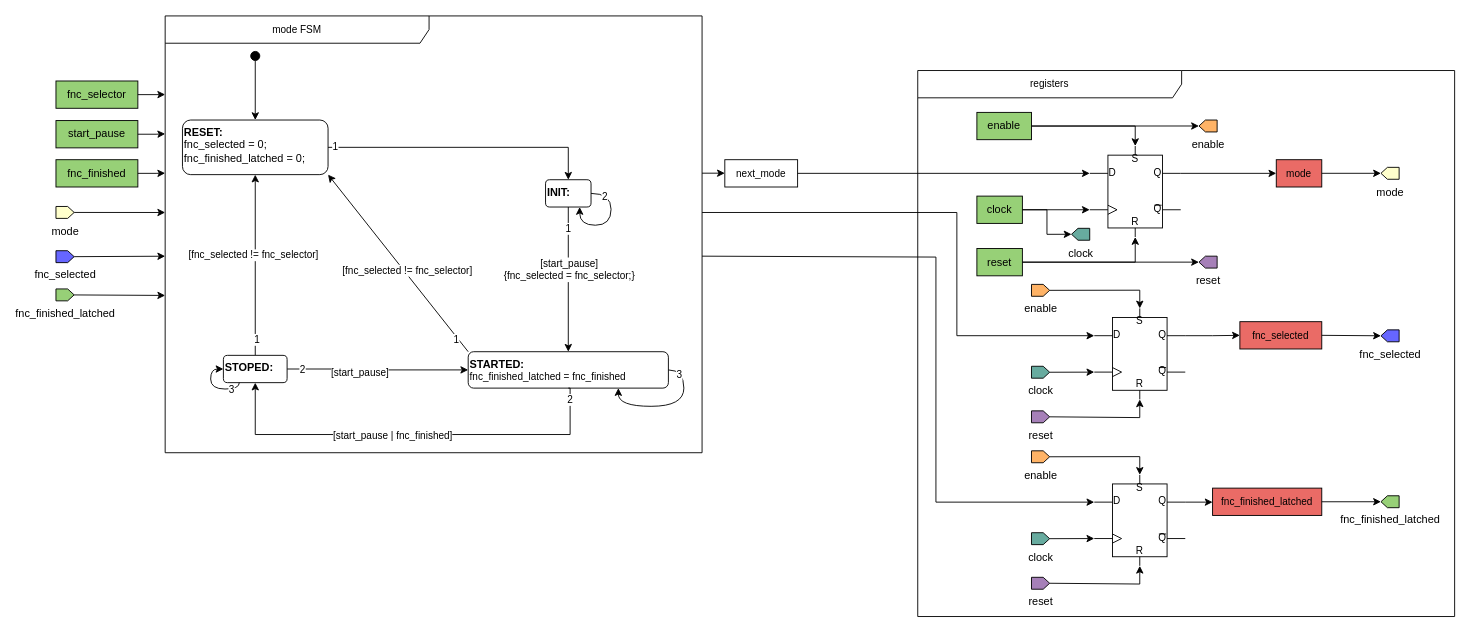
carloszlopez/DigitalDesignClass keeps this draw.io diagram as page "system_control" (3 of 9) of practica02_cronometro/practica02_design.drawio. Above is the earlier version. Source tidied: cells renumbered, new cells numbered last; positions are measured from the earlier drawing's top-left corner, leaving out a move shared by most shapes. Both pictures are drawn from the tidied source at 91%, with x=0, y=0 at pixel (56, 15).
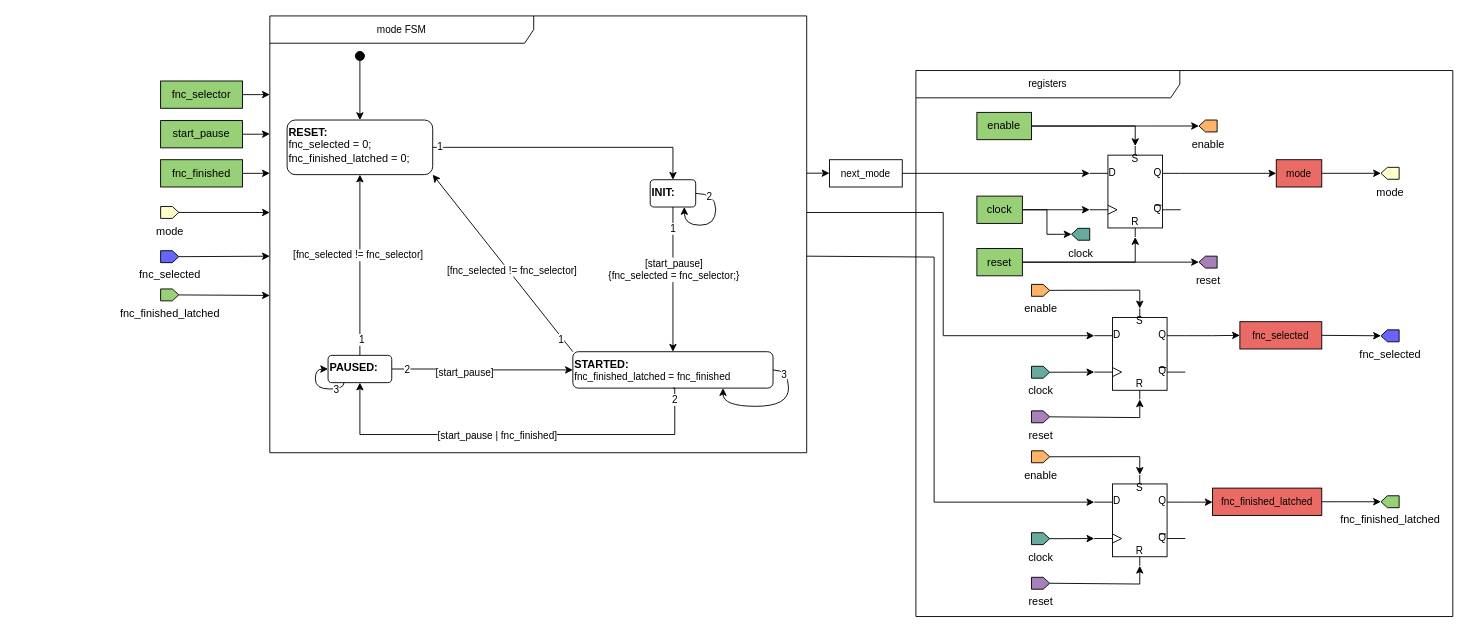
After the change.

The change refers to these unchanged cells:
```xml
<mxCell id="53" style="verticalLabelPosition=bottom;shadow=0;dashed=0;align=center;html=1;verticalAlign=top;shape=mxgraph.electrical.logic_gates.d_type_rs_flip-flop;fontFamily=Helvetica;fontSize=11;fontColor=default;labelBackgroundColor=default;" parent="1" vertex="1">
  <mxGeometry x="1141" y="321.4" width="100" height="100" as="geometry" />
</mxCell>
<mxCell id="71" style="verticalLabelPosition=bottom;shadow=0;dashed=0;align=center;html=1;verticalAlign=top;shape=mxgraph.electrical.logic_gates.d_type_rs_flip-flop;fontFamily=Helvetica;fontSize=11;fontColor=default;labelBackgroundColor=default;" parent="1" vertex="1">
  <mxGeometry x="1141" y="504.3" width="100" height="100" as="geometry" />
</mxCell>
```

What changed in the source:
```diff
@@
     <mxCell id="2" value="&lt;b&gt;RESET:&lt;/b&gt;&lt;div&gt;&lt;div&gt;fnc_selected = 0;&lt;/div&gt;&lt;div&gt;fnc_finished_latched = 0;&lt;/div&gt;&lt;/div&gt;" style="rounded=1;whiteSpace=wrap;html=1;align=left;verticalAlign=top;" parent="1" vertex="1">
-      <mxGeometry x="139" y="114.4" width="160" height="60" as="geometry" />
+      <mxGeometry x="254" y="114.4" width="160" height="60" as="geometry" />
     </mxCell>
     <mxCell id="3" value="&lt;div&gt;&lt;b&gt;INIT:&lt;/b&gt;&lt;/div&gt;" style="rounded=1;whiteSpace=wrap;html=1;verticalAlign=top;align=left;" parent="1" vertex="1">
-      <mxGeometry x="538" y="180" width="50" height="30" as="geometry" />
+      <mxGeometry x="653" y="180" width="50" height="30" as="geometry" />
     </mxCell>
@@
     <mxCell id="9" value="&lt;b&gt;STARTED:&lt;br&gt;&lt;/b&gt;&lt;span style=&quot;font-size: 11px; text-align: center; text-wrap-mode: nowrap; background-color: rgb(255, 255, 255);&quot;&gt;fnc_finished_latched = fnc_finished&lt;/span&gt;&lt;b&gt;&lt;/b&gt;" style="rounded=1;whiteSpace=wrap;html=1;verticalAlign=top;align=left;" parent="1" vertex="1">
-      <mxGeometry x="453" y="369" width="220" height="40" as="geometry" />
+      <mxGeometry x="568" y="369" width="220" height="40" as="geometry" />
     </mxCell>
@@
-    <mxCell id="16" value="&lt;b&gt;STOPED:&lt;/b&gt;" style="rounded=1;whiteSpace=wrap;html=1;verticalAlign=top;align=left;" parent="1" vertex="1">
-      <mxGeometry x="184" y="373" width="70" height="30" as="geometry" />
+    <mxCell id="16" value="&lt;b&gt;PAUSED:&lt;/b&gt;" style="rounded=1;whiteSpace=wrap;html=1;verticalAlign=top;align=left;" parent="1" vertex="1">
+      <mxGeometry x="299" y="373" width="70" height="30" as="geometry" />
     </mxCell>
@@
     <mxCell id="18" value="mode FSM" style="shape=umlFrame;whiteSpace=wrap;html=1;fontFamily=Helvetica;fontSize=11;fontColor=default;labelBackgroundColor=default;width=290;height=30;points=[[0,0.09,0,0,0],[0,0.18,0,0,0],[0,0.27,0,0,0],[0,0.36,0,0,0],[0,0.45,0,0,0],[0,0.55,0,0,0],[0,0.64,0,0,0],[0,0.73,0,0,0],[0,0.82,0,0,0],[0,0.91,0,0,0],[1,0.09,0,0,0],[1,0.18,0,0,0],[1,0.27,0,0,0],[1,0.36,0,0,0],[1,0.45,0,0,0],[1,0.55,0,0,0],[1,0.64,0,0,0],[1,0.73,0,0,0],[1,0.82,0,0,0],[1,0.91,0,0,0]];" parent="1" vertex="1">
-      <mxGeometry x="120" width="590" height="480" as="geometry" />
+      <mxGeometry x="235" width="590" height="480" as="geometry" />
     </mxCell>
@@
     <mxCell id="22" style="edgeStyle=orthogonalEdgeStyle;rounded=0;jettySize=auto;html=1;exitX=0.5;exitY=1;exitDx=0;exitDy=0;entryX=0.5;entryY=1;entryDx=0;entryDy=0;" parent="1" edge="1" source="9" target="16">
       <mxGeometry relative="1" as="geometry">
         <Array as="points">
-          <mxPoint x="565" y="460" />
-          <mxPoint x="219" y="460" />
+          <mxPoint x="680" y="460" />
+          <mxPoint x="334" y="460" />
         </Array>
       </mxGeometry>
     </mxCell>
@@
     <mxCell id="26" style="ellipse;whiteSpace=wrap;html=1;fillColor=#000000;" parent="1" vertex="1">
-      <mxGeometry x="214" y="39" width="10" height="10" as="geometry" />
+      <mxGeometry x="329" y="39" width="10" height="10" as="geometry" />
     </mxCell>
     <mxCell id="27" value="fnc_selector" style="rounded=0;whiteSpace=wrap;html=1;fillColor=#97D077;" parent="1" vertex="1">
-      <mxGeometry y="71.5" width="90" height="30" as="geometry" />
+      <mxGeometry x="115" y="71.5" width="90" height="30" as="geometry" />
     </mxCell>
     <mxCell id="28" value="start_pause" style="rounded=0;whiteSpace=wrap;html=1;fillColor=#97D077;" parent="1" vertex="1">
-      <mxGeometry y="115" width="90" height="30" as="geometry" />
+      <mxGeometry x="115" y="115" width="90" height="30" as="geometry" />
     </mxCell>
@@
     <mxCell id="31" value="fnc_finished" style="rounded=0;whiteSpace=wrap;html=1;fillColor=#97D077;" parent="1" vertex="1">
-      <mxGeometry y="158" width="90" height="30" as="geometry" />
+      <mxGeometry x="115" y="158" width="90" height="30" as="geometry" />
     </mxCell>
@@
     <mxCell id="33" value="next_mode" style="rounded=0;whiteSpace=wrap;html=1;fontFamily=Helvetica;fontSize=11;fontColor=default;labelBackgroundColor=default;" parent="1" vertex="1">
-      <mxGeometry x="735" y="158" width="80" height="30" as="geometry" />
+      <mxGeometry x="850" y="158" width="80" height="30" as="geometry" />
     </mxCell>
@@
     <mxCell id="35" value="registers" style="shape=umlFrame;whiteSpace=wrap;html=1;fontFamily=Helvetica;fontSize=11;fontColor=default;labelBackgroundColor=default;width=290;height=30;" parent="1" vertex="1">
-      <mxGeometry x="947" y="60" width="590" height="600" as="geometry" />
+      <mxGeometry x="945" y="60" width="590" height="600" as="geometry" />
     </mxCell>
@@
     <mxCell id="55" style="edgeStyle=orthogonalEdgeStyle;shape=connector;rounded=0;jumpStyle=arc;jettySize=auto;html=1;exitX=1;exitY=0.45;exitDx=0;exitDy=0;entryX=0;entryY=0.3;entryDx=0;entryDy=0;entryPerimeter=0;strokeColor=default;align=center;verticalAlign=middle;fontFamily=Helvetica;fontSize=11;fontColor=default;labelBackgroundColor=default;endArrow=classic;exitPerimeter=0;" parent="1" edge="1" source="18" target="53">
       <mxGeometry relative="1" as="geometry">
         <Array as="points">
-          <mxPoint x="990" y="216" />
-          <mxPoint x="990" y="351" />
+          <mxPoint x="975" y="216" />
+          <mxPoint x="975" y="351" />
         </Array>
       </mxGeometry>
     </mxCell>
@@
     <mxCell id="76" style="edgeStyle=orthogonalEdgeStyle;shape=connector;rounded=0;jumpStyle=arc;jettySize=auto;html=1;entryX=0;entryY=0.3;entryDx=0;entryDy=0;entryPerimeter=0;strokeColor=default;align=center;verticalAlign=middle;fontFamily=Helvetica;fontSize=11;fontColor=default;labelBackgroundColor=default;endArrow=classic;exitX=1;exitY=0.55;exitDx=0;exitDy=0;exitPerimeter=0;" parent="1" edge="1" source="18" target="71">
       <mxGeometry relative="1" as="geometry">
         <Array as="points">
-          <mxPoint x="710" y="265" />
-          <mxPoint x="967" y="265" />
-          <mxPoint x="967" y="534" />
+          <mxPoint x="825" y="265" />
+          <mxPoint x="965" y="265" />
+          <mxPoint x="965" y="534" />
         </Array>
       </mxGeometry>
     </mxCell>
     <mxCell id="77" value="&lt;span style=&quot;font-size: 12px; text-wrap-mode: wrap;&quot;&gt;mode&lt;/span&gt;" style="verticalLabelPosition=bottom;shadow=0;dashed=0;align=center;html=1;verticalAlign=top;shape=mxgraph.electrical.abstract.dac;fontFamily=Helvetica;fontSize=11;fontColor=default;labelBackgroundColor=default;flipH=0;fillColor=#FFFFCC;flipV=0;" parent="1" vertex="1">
-      <mxGeometry y="209.4" width="20" height="13.1" as="geometry" />
+      <mxGeometry x="115" y="209.4" width="20" height="13.1" as="geometry" />
     </mxCell>
     <mxCell id="78" value="&lt;span style=&quot;font-size: 12px; text-wrap-mode: wrap;&quot;&gt;fnc_selected&lt;/span&gt;" style="verticalLabelPosition=bottom;shadow=0;dashed=0;align=center;html=1;verticalAlign=top;shape=mxgraph.electrical.abstract.dac;fontFamily=Helvetica;fontSize=11;fontColor=default;labelBackgroundColor=default;flipH=0;fillColor=#6666FF;flipV=0;" parent="1" vertex="1">
-      <mxGeometry y="258" width="20" height="13.1" as="geometry" />
+      <mxGeometry x="115" y="258" width="20" height="13.1" as="geometry" />
     </mxCell>
     <mxCell id="79" value="&lt;span style=&quot;font-size: 12px; text-wrap-mode: wrap;&quot;&gt;fnc_finished_latched&lt;/span&gt;" style="verticalLabelPosition=bottom;shadow=0;dashed=0;align=center;html=1;verticalAlign=top;shape=mxgraph.electrical.abstract.dac;fontFamily=Helvetica;fontSize=11;fontColor=default;labelBackgroundColor=default;flipH=0;fillColor=#97D077;flipV=0;" parent="1" vertex="1">
-      <mxGeometry y="300" width="20" height="13.1" as="geometry" />
+      <mxGeometry x="115" y="300" width="20" height="13.1" as="geometry" />
     </mxCell>
@@
     <mxCell id="83" style="edgeStyle=orthogonalEdgeStyle;shape=connector;rounded=0;jumpStyle=arc;orthogonalLoop=1;jettySize=auto;html=1;entryX=0.75;entryY=1;entryDx=0;entryDy=0;strokeColor=default;align=center;verticalAlign=middle;fontFamily=Helvetica;fontSize=11;fontColor=default;labelBackgroundColor=default;endArrow=classic;exitX=1;exitY=0.5;exitDx=0;exitDy=0;curved=1;" parent="1" edge="1" source="3" target="3">
       <mxGeometry relative="1" as="geometry">
         <Array as="points">
-          <mxPoint x="610" y="195" />
-          <mxPoint x="610" y="230" />
-          <mxPoint x="576" y="230" />
+          <mxPoint x="725" y="195" />
+          <mxPoint x="725" y="230" />
+          <mxPoint x="691" y="230" />
         </Array>
       </mxGeometry>
     </mxCell>
@@
     <mxCell id="85" style="edgeStyle=orthogonalEdgeStyle;shape=connector;rounded=0;jumpStyle=arc;orthogonalLoop=1;jettySize=auto;html=1;exitX=0.25;exitY=1;exitDx=0;exitDy=0;entryX=0;entryY=0.5;entryDx=0;entryDy=0;strokeColor=default;align=center;verticalAlign=middle;fontFamily=Helvetica;fontSize=11;fontColor=default;labelBackgroundColor=default;endArrow=classic;curved=1;" parent="1" edge="1" source="16" target="16">
       <mxGeometry relative="1" as="geometry">
         <Array as="points">
-          <mxPoint x="201" y="410" />
-          <mxPoint x="170" y="410" />
-          <mxPoint x="170" y="388" />
+          <mxPoint x="316" y="410" />
+          <mxPoint x="285" y="410" />
+          <mxPoint x="285" y="388" />
         </Array>
       </mxGeometry>
     </mxCell>
@@
     <mxCell id="87" style="edgeStyle=orthogonalEdgeStyle;shape=connector;rounded=0;jumpStyle=arc;orthogonalLoop=1;jettySize=auto;html=1;exitX=1;exitY=0.5;exitDx=0;exitDy=0;entryX=0.75;entryY=1;entryDx=0;entryDy=0;strokeColor=default;align=center;verticalAlign=middle;fontFamily=Helvetica;fontSize=11;fontColor=default;labelBackgroundColor=default;endArrow=classic;curved=1;" parent="1" edge="1" source="9" target="9">
       <mxGeometry relative="1" as="geometry">
         <Array as="points">
-          <mxPoint x="690" y="389" />
-          <mxPoint x="690" y="429" />
-          <mxPoint x="618" y="429" />
+          <mxPoint x="805" y="389" />
+          <mxPoint x="805" y="429" />
+          <mxPoint x="733" y="429" />
         </Array>
       </mxGeometry>
     </mxCell>
```
